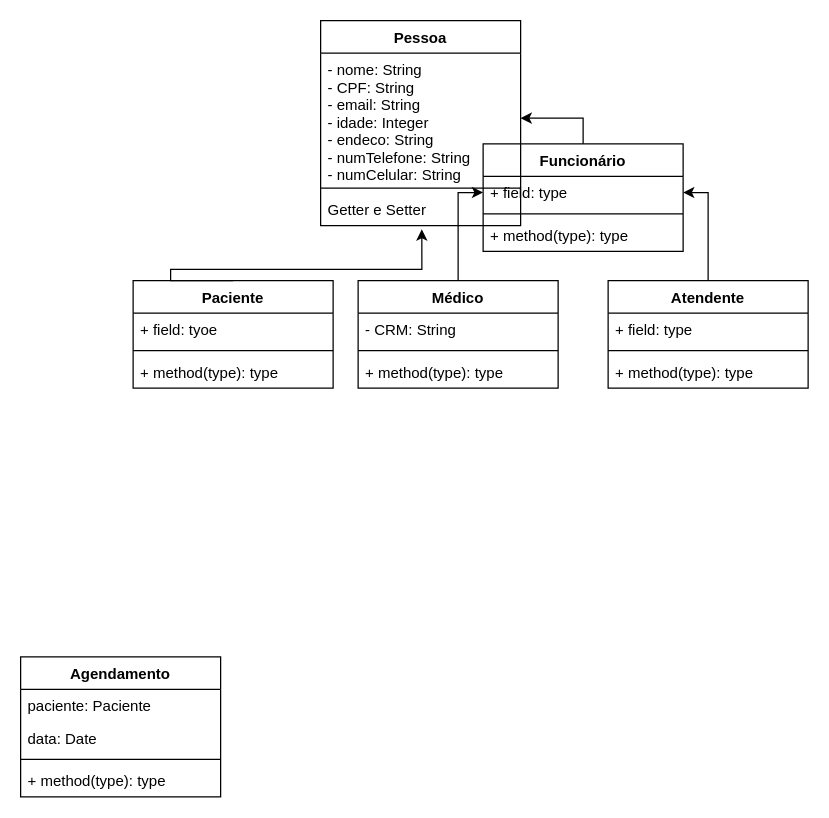
The draw.io diagram Digrama_classes.drawio in psdsantos/Saudepp, before the edit. Source tidied: cells renumbered, new cells numbered last; positions are measured from the earlier drawing's top-left corner, leaving out a move shared by most shapes. Both pictures are drawn from the tidied source at 125%, with x=0, y=0 at pixel (20, 20).
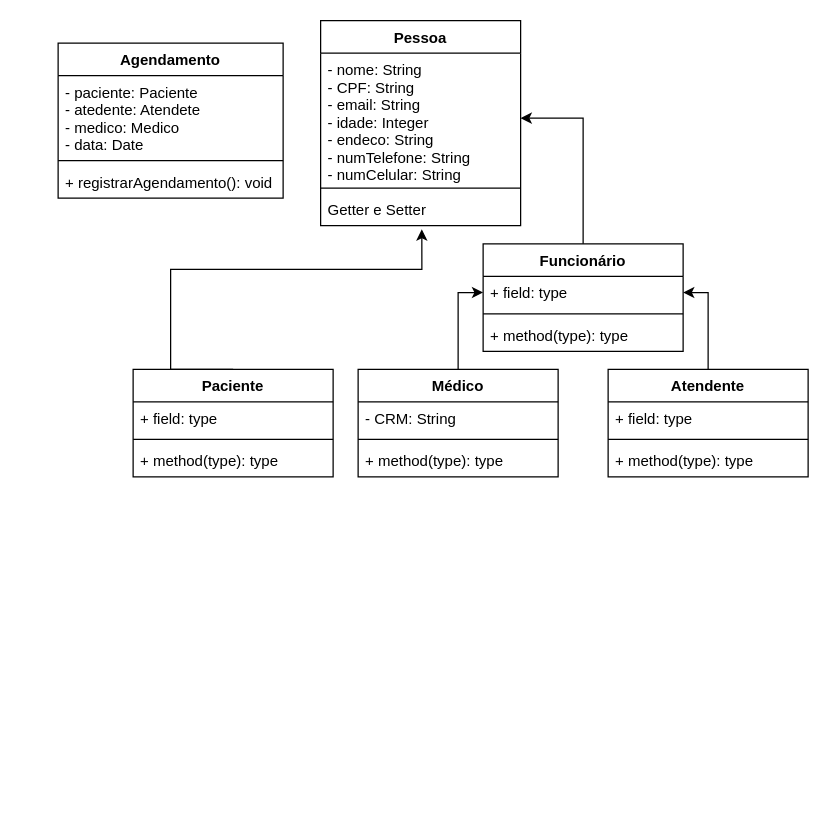
After the change.

Change to the diagram source:
```diff
@@
     <mxCell id="2" value="Paciente" style="swimlane;fontStyle=1;align=center;verticalAlign=top;horizontal=1;startSize=26;" parent="1" vertex="1">
-      <mxGeometry x="90" y="208" width="160" height="86" as="geometry" />
+      <mxGeometry x="90" y="279" width="160" height="86" as="geometry" />
     </mxCell>
-    <mxCell id="3" value="+ field: tyoe" style="text;strokeColor=none;fillColor=none;align=left;verticalAlign=top;spacingLeft=4;spacingRight=4;overflow=hidden;" parent="2" vertex="1">
+    <mxCell id="3" value="+ field: type" style="text;strokeColor=none;fillColor=none;align=left;verticalAlign=top;spacingLeft=4;spacingRight=4;overflow=hidden;" parent="2" vertex="1">
       <mxGeometry y="26" width="160" height="26" as="geometry" />
     </mxCell>
@@
     <mxCell id="6" value="Funcionário" style="swimlane;fontStyle=1;align=center;verticalAlign=top;horizontal=1;startSize=26;" parent="1" vertex="1">
-      <mxGeometry x="370" y="98.5" width="160" height="86" as="geometry" />
+      <mxGeometry x="370" y="178.5" width="160" height="86" as="geometry" />
     </mxCell>
@@
     <mxCell id="10" value="Médico" style="swimlane;fontStyle=1;align=center;verticalAlign=top;horizontal=1;startSize=26;" parent="1" vertex="1">
-      <mxGeometry x="270" y="208" width="160" height="86" as="geometry" />
+      <mxGeometry x="270" y="279" width="160" height="86" as="geometry" />
     </mxCell>
@@
     <mxCell id="14" value="Atendente" style="swimlane;fontStyle=1;align=center;verticalAlign=top;horizontal=1;startSize=26;" parent="1" vertex="1">
-      <mxGeometry x="470" y="208" width="160" height="86" as="geometry" />
+      <mxGeometry x="470" y="279" width="160" height="86" as="geometry" />
     </mxCell>
@@
     <mxCell id="26" value="Agendamento" style="swimlane;fontStyle=1;align=center;verticalAlign=top;horizontal=1;startSize=26;" parent="1" vertex="1">
-      <mxGeometry y="509" width="160" height="112" as="geometry" />
+      <mxGeometry x="30" y="18" width="180" height="124" as="geometry" />
     </mxCell>
-    <mxCell id="27" value="paciente: Paciente" style="text;strokeColor=none;fillColor=none;align=left;verticalAlign=top;spacingLeft=4;spacingRight=4;overflow=hidden;" parent="26" vertex="1">
-      <mxGeometry y="26" width="160" height="26" as="geometry" />
+    <mxCell id="27" value="- paciente: Paciente&#10;- atedente: Atendete&#10;- medico: Medico&#10;- data: Date" style="text;strokeColor=none;fillColor=none;align=left;verticalAlign=top;spacingLeft=4;spacingRight=4;overflow=hidden;" parent="26" vertex="1">
+      <mxGeometry y="26" width="180" height="64" as="geometry" />
     </mxCell>
-    <mxCell id="28" value="data: Date" style="text;strokeColor=none;fillColor=none;align=left;verticalAlign=top;spacingLeft=4;spacingRight=4;overflow=hidden;" parent="26" vertex="1">
-      <mxGeometry y="52" width="160" height="26" as="geometry" />
-    </mxCell>
     <mxCell id="29" style="line;strokeWidth=1;fillColor=none;align=left;verticalAlign=middle;spacingTop=-1;spacingLeft=3;spacingRight=3;labelPosition=right;" parent="26" vertex="1">
-      <mxGeometry y="78" width="160" height="8" as="geometry" />
+      <mxGeometry y="90" width="180" height="8" as="geometry" />
     </mxCell>
-    <mxCell id="30" value="+ method(type): type" style="text;strokeColor=none;fillColor=none;align=left;verticalAlign=top;spacingLeft=4;spacingRight=4;overflow=hidden;" parent="26" vertex="1">
-      <mxGeometry y="86" width="160" height="26" as="geometry" />
+    <mxCell id="30" value="+ registrarAgendamento(): void" style="text;strokeColor=none;fillColor=none;align=left;verticalAlign=top;spacingLeft=4;spacingRight=4;overflow=hidden;" parent="26" vertex="1">
+      <mxGeometry y="98" width="180" height="26" as="geometry" />
     </mxCell>
```
